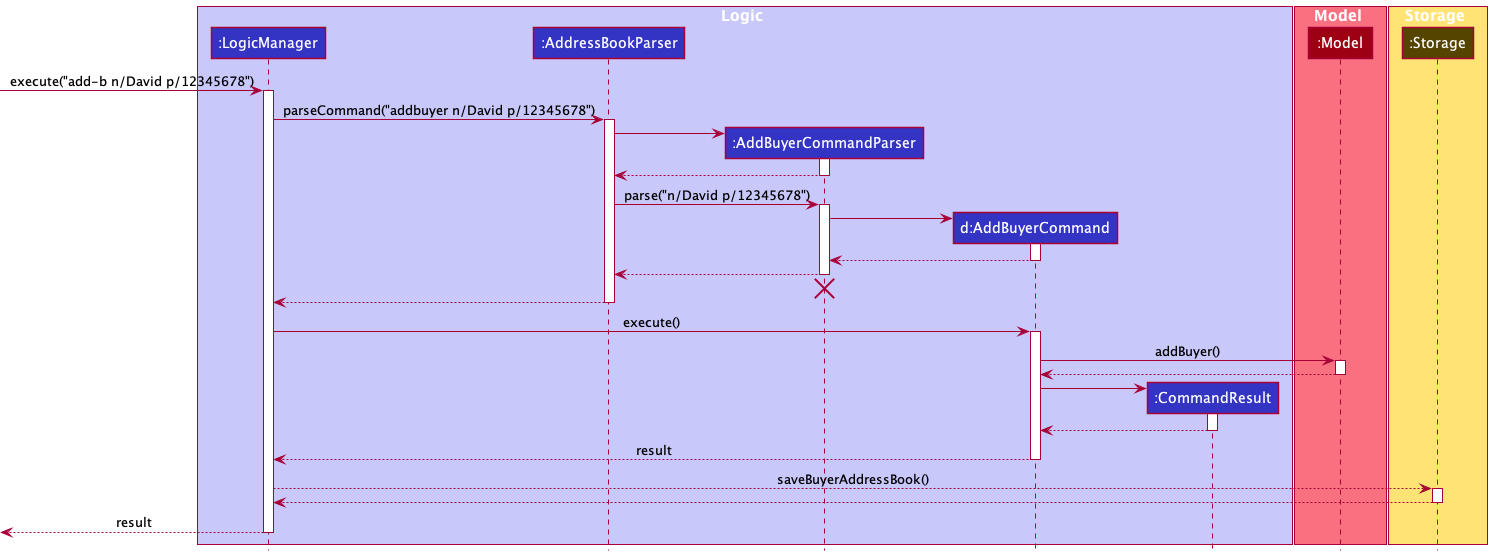
The PlantUML diagram docs/diagrams/AddBuyerSequenceDiagram.png in nus-cs2103-AY2122S2/tp, before a commit.
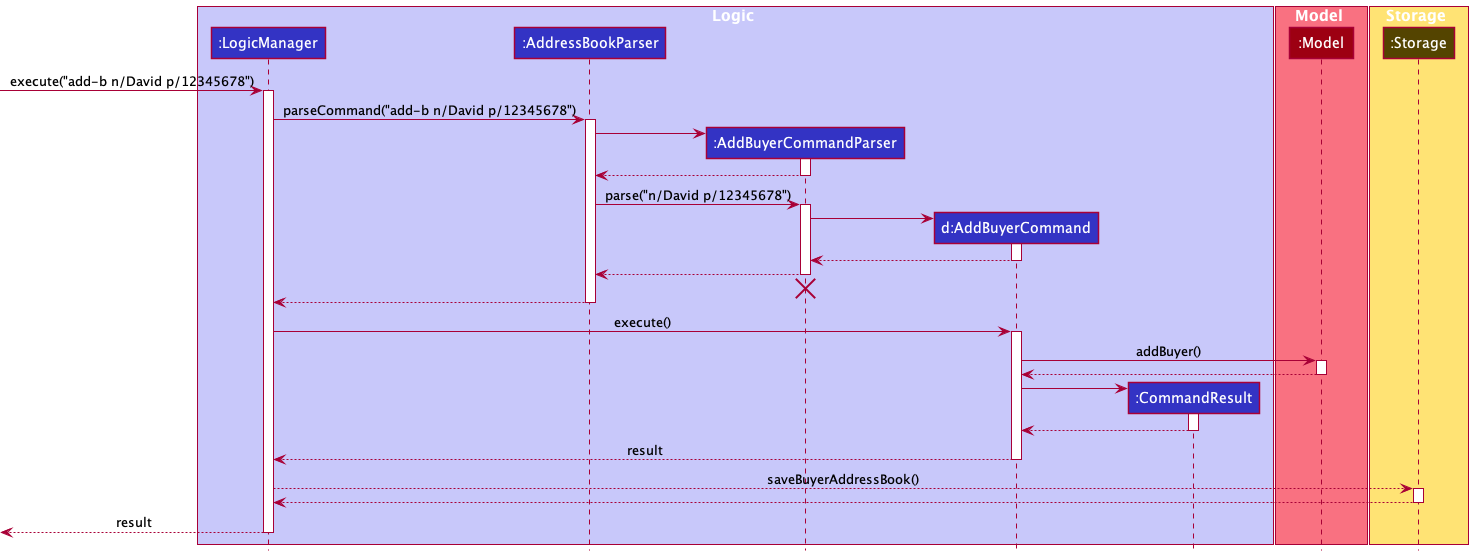
After the change.

Commit message:
Update sequence diagram

The edit, as a diff of the source:
```diff
@@ -20,7 +20,7 @@
 [-> LogicManager : execute("add-b n/David p/12345678")
 activate LogicManager
 
-LogicManager -> AddressBookParser : parseCommand("addbuyer n/David p/12345678")
+LogicManager -> AddressBookParser : parseCommand("add-b n/David p/12345678")
 activate AddressBookParser
 
 create AddBuyerCommandParser
```
